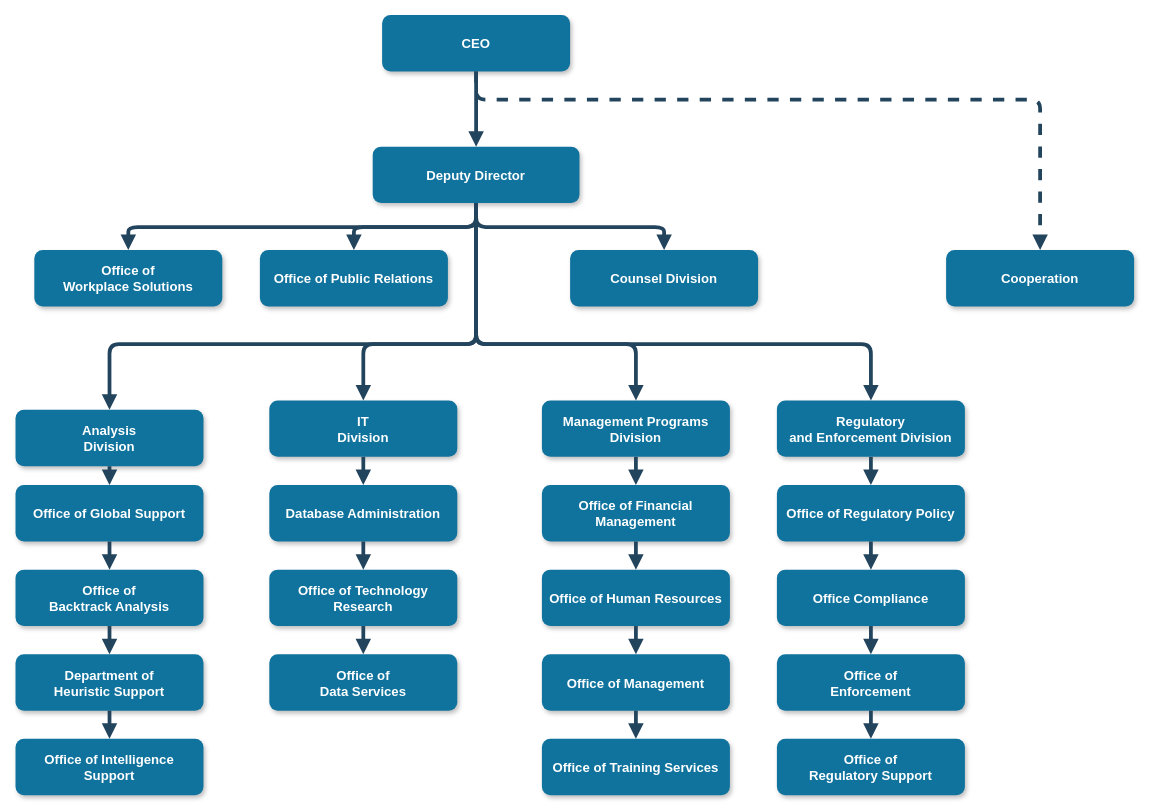
This is react-sidebar01.drawio from farisubuntu/draw.io, a draw.io file, before an edit. Source tidied: cells renumbered, new cells numbered last; positions are measured from the earlier drawing's top-left corner, leaving out a move shared by most shapes. Both pictures are drawn from the tidied source at 94%, with x=0, y=0 at pixel (15, 15).
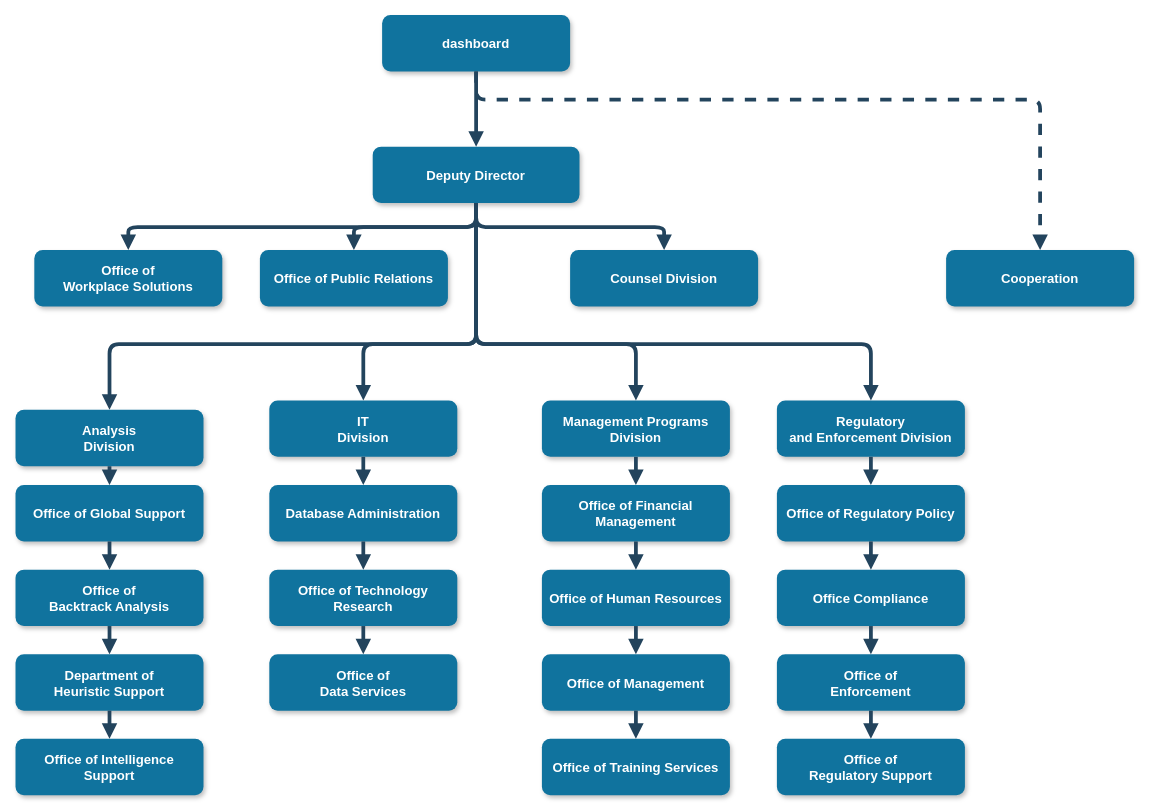
After the change.

Change to the diagram source:
```diff
@@
-    <mxCell id="2" value="CEO" style="rounded=1;fillColor=#10739E;strokeColor=none;shadow=1;gradientColor=none;fontStyle=1;fontColor=#FFFFFF;fontSize=14;" parent="1" vertex="1">
+    <mxCell id="2" value="dashboard" style="rounded=1;fillColor=#10739E;strokeColor=none;shadow=1;gradientColor=none;fontStyle=1;fontColor=#FFFFFF;fontSize=14;" parent="1" vertex="1">
       <mxGeometry x="390" y="-0.5" width="200" height="60" as="geometry" />
     </mxCell>
```
